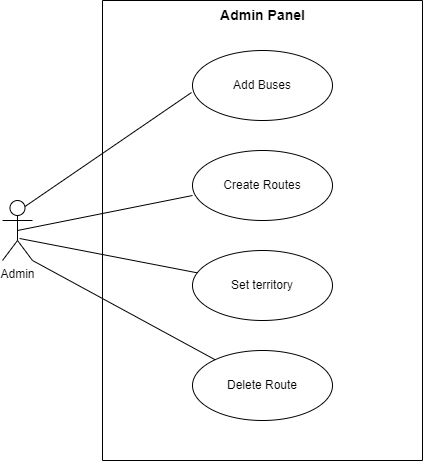
Earlier version of the draw.io export Project Real-Time Bus ID Verification and Tracking/DOCUMENTATION/UseCaseDiagrams/BusesManagement.drawio.png (Abubakar-doc/FYP-24-SE-A-204). Source tidied: cells renumbered, new cells last; positions are measured from the earlier drawing's top-left corner, leaving out a move shared by most shapes.
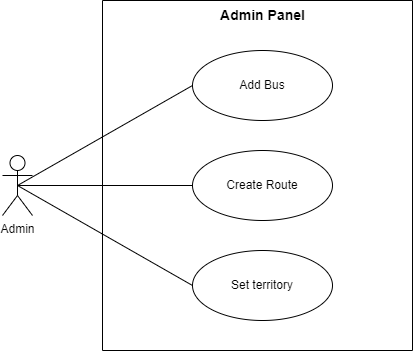
The same file after the commit.

Diff of the diagram source:
```diff
@@ -3,15 +3,12 @@
     <mxCell id="0" />
     <mxCell id="1" parent="0" />
     <mxCell id="2" style="swimlane;startSize=0;" parent="1" vertex="1">
-      <mxGeometry x="100" width="320" height="460" as="geometry" />
+      <mxGeometry x="100" width="310" height="350" as="geometry" />
     </mxCell>
-    <mxCell id="3" value="Delete Route" style="ellipse;whiteSpace=wrap;html=1;fillColor=none;" parent="2" vertex="1">
-      <mxGeometry x="90" y="350" width="140" height="70" as="geometry" />
-    </mxCell>
-    <mxCell id="4" value="Add Buses" style="ellipse;whiteSpace=wrap;html=1;fillColor=none;" parent="2" vertex="1">
+    <mxCell id="4" value="Add Bus" style="ellipse;whiteSpace=wrap;html=1;fillColor=none;" parent="2" vertex="1">
       <mxGeometry x="90" y="50" width="140" height="70" as="geometry" />
     </mxCell>
-    <mxCell id="5" value="Create Routes" style="ellipse;whiteSpace=wrap;html=1;fillColor=none;" parent="2" vertex="1">
+    <mxCell id="5" value="Create Route" style="ellipse;whiteSpace=wrap;html=1;fillColor=none;" parent="2" vertex="1">
       <mxGeometry x="90" y="150" width="140" height="70" as="geometry" />
     </mxCell>
     <mxCell id="6" value="Set territory" style="ellipse;whiteSpace=wrap;html=1;fillColor=none;" parent="2" vertex="1">
@@ -20,20 +17,17 @@
     <mxCell id="7" value="Admin Panel" style="text;html=1;align=center;verticalAlign=middle;strokeColor=none;fillColor=none;fontStyle=1;fontSize=14;" parent="2" vertex="1">
       <mxGeometry x="110" width="100" height="30" as="geometry" />
     </mxCell>
-    <mxCell id="8" value="Admin" style="shape=umlActor;verticalLabelPosition=bottom;verticalAlign=top;html=1;" parent="1" vertex="1">
-      <mxGeometry y="200" width="30" height="60" as="geometry" />
-    </mxCell>
-    <mxCell id="9" style="endArrow=none;html=1;rounded=0;exitX=1;exitY=1;exitDx=0;exitDy=0;exitPerimeter=0;" parent="1" edge="1" source="8" target="3">
-      <mxGeometry relative="1" as="geometry" />
-    </mxCell>
-    <mxCell id="10" style="endArrow=none;html=1;rounded=0;exitX=0.567;exitY=0.633;exitDx=0;exitDy=0;exitPerimeter=0;" parent="1" edge="1" source="8" target="6">
-      <mxGeometry relative="1" as="geometry" />
-    </mxCell>
-    <mxCell id="11" style="endArrow=none;html=1;rounded=0;exitX=0.5;exitY=0.5;exitDx=0;exitDy=0;exitPerimeter=0;entryX=0;entryY=0.643;entryDx=0;entryDy=0;entryPerimeter=0;" parent="1" edge="1" source="8" target="5">
+    <mxCell id="11" style="rounded=0;jettySize=auto;html=1;exitX=0.5;exitY=0.5;exitDx=0;exitDy=0;exitPerimeter=0;entryX=0;entryY=0.5;entryDx=0;entryDy=0;endArrow=none;startFill=0;" parent="1" edge="1" source="8" target="5">
       <mxGeometry relative="1" as="geometry" />
     </mxCell>
-    <mxCell id="12" style="endArrow=none;html=1;rounded=0;exitX=0.75;exitY=0.1;exitDx=0;exitDy=0;exitPerimeter=0;entryX=-0.007;entryY=0.6;entryDx=0;entryDy=0;entryPerimeter=0;" parent="1" edge="1" source="8" target="4">
+    <mxCell id="12" style="rounded=0;jettySize=auto;html=1;exitX=0.5;exitY=0.5;exitDx=0;exitDy=0;exitPerimeter=0;entryX=0;entryY=0.5;entryDx=0;entryDy=0;endArrow=none;startFill=0;" parent="1" edge="1" source="8" target="4">
       <mxGeometry relative="1" as="geometry" />
     </mxCell>
+    <mxCell id="10" style="rounded=0;jettySize=auto;html=1;exitX=0.5;exitY=0.5;exitDx=0;exitDy=0;exitPerimeter=0;entryX=0;entryY=0.5;entryDx=0;entryDy=0;endArrow=none;startFill=0;" parent="1" edge="1" source="8" target="6">
+      <mxGeometry relative="1" as="geometry" />
+    </mxCell>
+    <mxCell id="8" value="Admin" style="shape=umlActor;verticalLabelPosition=bottom;verticalAlign=top;html=1;" parent="1" vertex="1">
+      <mxGeometry y="155" width="30" height="60" as="geometry" />
+    </mxCell>
   </root>
 </mxGraphModel>
```
